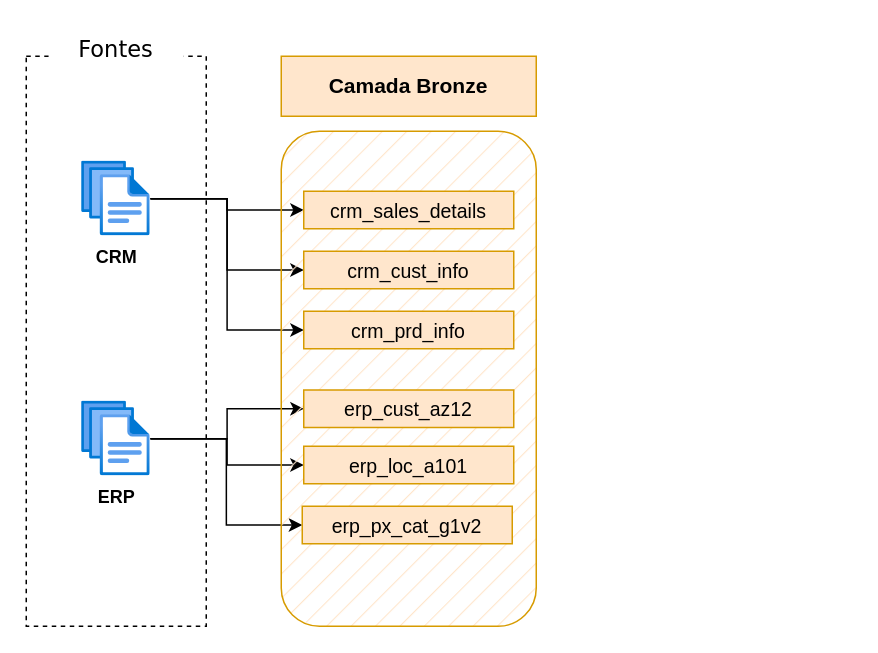
Santiago956/SQL_Server_Data_Warehouse keeps this draw.io diagram as docs/diagrama_data_flow.drawio. Above is the earlier version. Source tidied: cells renumbered, new cells numbered last; positions are measured from the earlier drawing's top-left corner, leaving out a move shared by most shapes. Both pictures are drawn from the tidied source at 150%, with x=0, y=0 at pixel (26, 26).
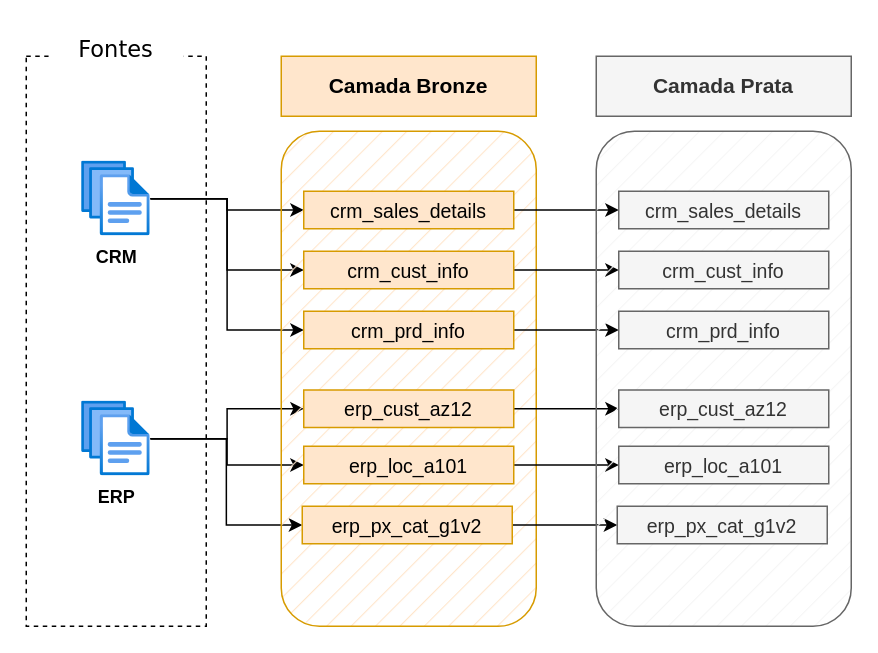
The same diagram, later.

Commit message (it also covers changes not shown here):
Camada prata: finalizando limpeza e consolidando stored procedure para carga

Unchanged cells that the change refers to:
```xml
<mxCell id="14" value="&lt;font style=&quot;font-size: 13px;&quot;&gt;crm_sales_details&lt;/font&gt;" style="rounded=0;whiteSpace=wrap;html=1;fillColor=#ffe6cc;strokeColor=#d79b00;" parent="1" vertex="1">
  <mxGeometry x="185" y="110" width="140" height="25" as="geometry" />
</mxCell>
<mxCell id="15" value="&lt;font style=&quot;font-size: 13px;&quot;&gt;crm_cust_info&lt;/font&gt;" style="rounded=0;whiteSpace=wrap;html=1;fillColor=#ffe6cc;strokeColor=#d79b00;" parent="1" vertex="1">
  <mxGeometry x="185" y="150" width="140" height="25" as="geometry" />
</mxCell>
<mxCell id="16" value="&lt;font style=&quot;font-size: 13px;&quot;&gt;crm_prd_info&lt;/font&gt;" style="rounded=0;whiteSpace=wrap;html=1;fillColor=#ffe6cc;strokeColor=#d79b00;" parent="1" vertex="1">
  <mxGeometry x="185" y="190" width="140" height="25" as="geometry" />
</mxCell>
<mxCell id="17" value="&lt;font style=&quot;font-size: 13px;&quot;&gt;erp_cust_az12&lt;/font&gt;" style="rounded=0;whiteSpace=wrap;html=1;fillColor=#ffe6cc;strokeColor=#d79b00;" parent="1" vertex="1">
  <mxGeometry x="185" y="242.5" width="140" height="25" as="geometry" />
</mxCell>
<mxCell id="18" value="&lt;font style=&quot;font-size: 13px;&quot;&gt;erp_loc_a101&lt;/font&gt;" style="rounded=0;whiteSpace=wrap;html=1;fillColor=#ffe6cc;strokeColor=#d79b00;" parent="1" vertex="1">
  <mxGeometry x="185" y="280" width="140" height="25" as="geometry" />
</mxCell>
<mxCell id="19" value="&lt;font style=&quot;font-size: 13px;&quot;&gt;erp_px_cat_g1v2&lt;/font&gt;" style="rounded=0;whiteSpace=wrap;html=1;fillColor=#ffe6cc;strokeColor=#d79b00;" parent="1" vertex="1">
  <mxGeometry x="184" y="320" width="140" height="25" as="geometry" />
</mxCell>
```

What changed in the source:
```diff
@@
+    <mxCell id="20" style="edgeStyle=orthogonalEdgeStyle;rounded=0;jettySize=auto;html=1;exitX=1;exitY=0.5;exitDx=0;exitDy=0;" parent="1" edge="1" source="14" target="28">
+      <mxGeometry relative="1" as="geometry" />
+    </mxCell>
@@
+    <mxCell id="21" style="edgeStyle=orthogonalEdgeStyle;rounded=0;jettySize=auto;html=1;exitX=1;exitY=0.5;exitDx=0;exitDy=0;entryX=0;entryY=0.5;entryDx=0;entryDy=0;" parent="1" edge="1" source="15" target="29">
+      <mxGeometry relative="1" as="geometry" />
+    </mxCell>
@@
+    <mxCell id="22" style="edgeStyle=orthogonalEdgeStyle;rounded=0;jettySize=auto;html=1;exitX=1;exitY=0.5;exitDx=0;exitDy=0;entryX=0;entryY=0.5;entryDx=0;entryDy=0;" parent="1" edge="1" source="16" target="30">
+      <mxGeometry relative="1" as="geometry" />
+    </mxCell>
@@
+    <mxCell id="23" style="edgeStyle=orthogonalEdgeStyle;rounded=0;jettySize=auto;html=1;exitX=1;exitY=0.5;exitDx=0;exitDy=0;entryX=0;entryY=0.5;entryDx=0;entryDy=0;" parent="1" edge="1" source="17" target="31">
+      <mxGeometry relative="1" as="geometry" />
+    </mxCell>
@@
+    <mxCell id="24" style="edgeStyle=orthogonalEdgeStyle;rounded=0;jettySize=auto;html=1;exitX=1;exitY=0.5;exitDx=0;exitDy=0;entryX=0;entryY=0.5;entryDx=0;entryDy=0;" parent="1" edge="1" source="18" target="32">
+      <mxGeometry relative="1" as="geometry" />
+    </mxCell>
@@
+    <mxCell id="25" style="edgeStyle=orthogonalEdgeStyle;rounded=0;jettySize=auto;html=1;exitX=1;exitY=0.5;exitDx=0;exitDy=0;entryX=0;entryY=0.5;entryDx=0;entryDy=0;" parent="1" edge="1" source="19" target="33">
+      <mxGeometry relative="1" as="geometry" />
+    </mxCell>
@@
+    <mxCell id="26" style="rounded=1;whiteSpace=wrap;html=1;fillColor=#f5f5f5;strokeColor=#666666;fillStyle=hatch;fontColor=#333333;" parent="1" vertex="1">
+      <mxGeometry x="380" y="70" width="170" height="330" as="geometry" />
+    </mxCell>
+    <mxCell id="27" value="&lt;b&gt;&lt;font style=&quot;font-size: 14px;&quot;&gt;Camada Prata&lt;/font&gt;&lt;/b&gt;" style="rounded=0;whiteSpace=wrap;html=1;fillColor=#f5f5f5;strokeColor=#666666;fontColor=#333333;" parent="1" vertex="1">
+      <mxGeometry x="380" y="20" width="170" height="40" as="geometry" />
+    </mxCell>
+    <mxCell id="28" value="&lt;font style=&quot;font-size: 13px;&quot;&gt;crm_sales_details&lt;/font&gt;" style="rounded=0;whiteSpace=wrap;html=1;fillColor=#f5f5f5;strokeColor=#666666;fontColor=#333333;" parent="1" vertex="1">
+      <mxGeometry x="395" y="110" width="140" height="25" as="geometry" />
+    </mxCell>
+    <mxCell id="29" value="&lt;font style=&quot;font-size: 13px;&quot;&gt;crm_cust_info&lt;/font&gt;" style="rounded=0;whiteSpace=wrap;html=1;fillColor=#f5f5f5;strokeColor=#666666;fontColor=#333333;" parent="1" vertex="1">
+      <mxGeometry x="395" y="150" width="140" height="25" as="geometry" />
+    </mxCell>
+    <mxCell id="30" value="&lt;font style=&quot;font-size: 13px;&quot;&gt;crm_prd_info&lt;/font&gt;" style="rounded=0;whiteSpace=wrap;html=1;fillColor=#f5f5f5;strokeColor=#666666;fontColor=#333333;" parent="1" vertex="1">
+      <mxGeometry x="395" y="190" width="140" height="25" as="geometry" />
+    </mxCell>
+    <mxCell id="31" value="&lt;font style=&quot;font-size: 13px;&quot;&gt;erp_cust_az12&lt;/font&gt;" style="rounded=0;whiteSpace=wrap;html=1;fillColor=#f5f5f5;strokeColor=#666666;fontColor=#333333;" parent="1" vertex="1">
+      <mxGeometry x="395" y="242.5" width="140" height="25" as="geometry" />
+    </mxCell>
+    <mxCell id="32" value="&lt;font style=&quot;font-size: 13px;&quot;&gt;erp_loc_a101&lt;/font&gt;" style="rounded=0;whiteSpace=wrap;html=1;fillColor=#f5f5f5;strokeColor=#666666;fontColor=#333333;" parent="1" vertex="1">
+      <mxGeometry x="395" y="280" width="140" height="25" as="geometry" />
+    </mxCell>
+    <mxCell id="33" value="&lt;font style=&quot;font-size: 13px;&quot;&gt;erp_px_cat_g1v2&lt;/font&gt;" style="rounded=0;whiteSpace=wrap;html=1;fillColor=#f5f5f5;strokeColor=#666666;fontColor=#333333;" parent="1" vertex="1">
+      <mxGeometry x="394" y="320" width="140" height="25" as="geometry" />
+    </mxCell>
```
